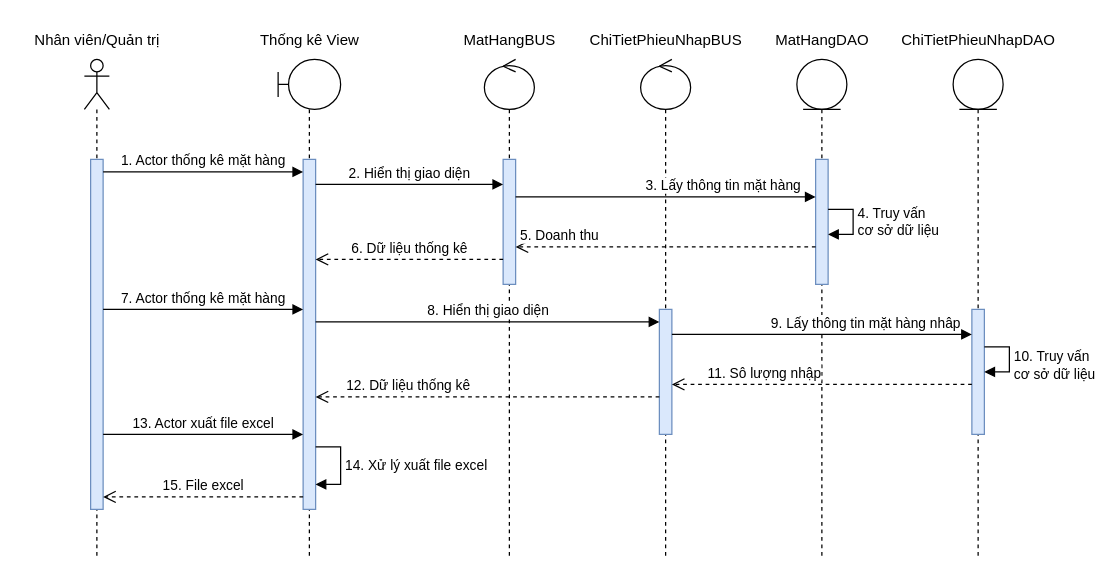
This is Sequence Diagrams/Quang Võ/SD_ThốngKê.drawio from EdgarIgnite16/OOAD-Project, a draw.io file, before an edit. Source tidied: cells renumbered, new cells numbered last; positions are measured from the earlier drawing's top-left corner, leaving out a move shared by most shapes. Both pictures are drawn from the tidied source at 125%, with x=0, y=0 at pixel (21, 21).
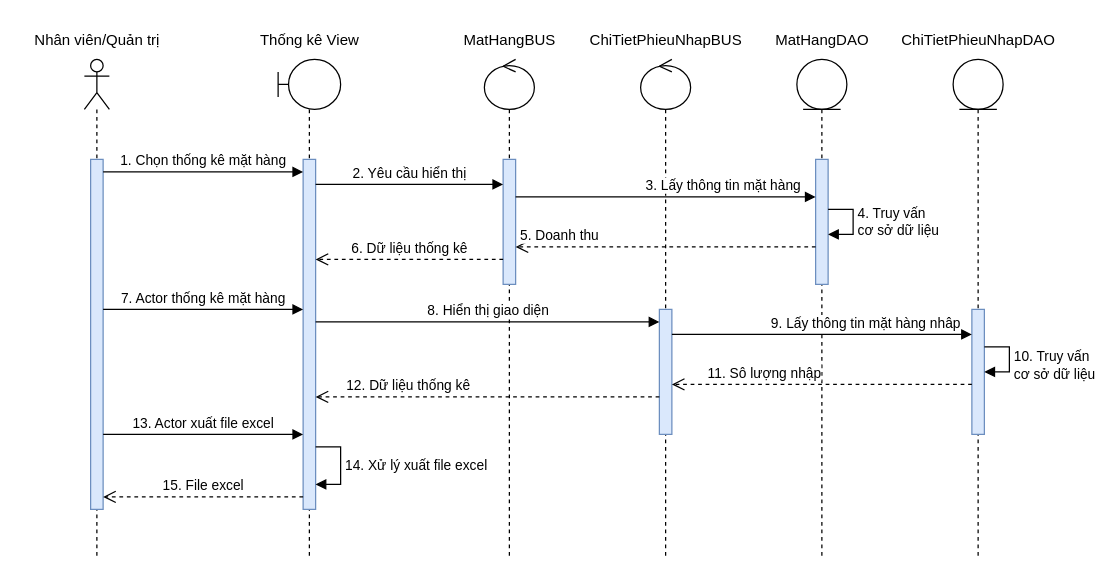
The same page after the edit.

Unchanged cells that the change refers to:
```xml
<mxCell id="3" style="html=1;points=[];perimeter=orthogonalPerimeter;fillColor=#dae8fc;strokeColor=#6c8ebf;" parent="2" vertex="1">
  <mxGeometry x="5" y="80" width="10" height="280" as="geometry" />
</mxCell>
<mxCell id="6" style="html=1;points=[];perimeter=orthogonalPerimeter;fillColor=#dae8fc;strokeColor=#6c8ebf;" parent="5" vertex="1">
  <mxGeometry x="20" y="80" width="10" height="280" as="geometry" />
</mxCell>
<mxCell id="9" style="html=1;points=[];perimeter=orthogonalPerimeter;fillColor=#dae8fc;strokeColor=#6c8ebf;" parent="8" vertex="1">
  <mxGeometry x="15" y="80" width="10" height="100" as="geometry" />
</mxCell>
```

The edit, as a diff of the source:
```diff
@@
-    <mxCell id="18" value="1. Actor thống kê mặt hàng" style="html=1;verticalAlign=bottom;endArrow=block;rounded=0;" parent="1" edge="1" source="3" target="6">
+    <mxCell id="18" value="1. Chọn thống kê mặt hàng" style="html=1;verticalAlign=bottom;endArrow=block;rounded=0;" parent="1" edge="1" source="3" target="6">
       <mxGeometry relative="1" as="geometry">
         <Array as="points">
           <mxPoint x="190" y="120" />
         </Array>
       </mxGeometry>
     </mxCell>
-    <mxCell id="19" value="2. Hiển thị giao diện" style="html=1;verticalAlign=bottom;endArrow=block;rounded=0;" parent="1" edge="1" source="6" target="9">
+    <mxCell id="19" value="2. Yêu cầu hiển thị" style="html=1;verticalAlign=bottom;endArrow=block;rounded=0;" parent="1" edge="1" source="6" target="9">
       <mxGeometry relative="1" as="geometry">
         <Array as="points">
           <mxPoint x="355" y="130" />
         </Array>
       </mxGeometry>
     </mxCell>
```
